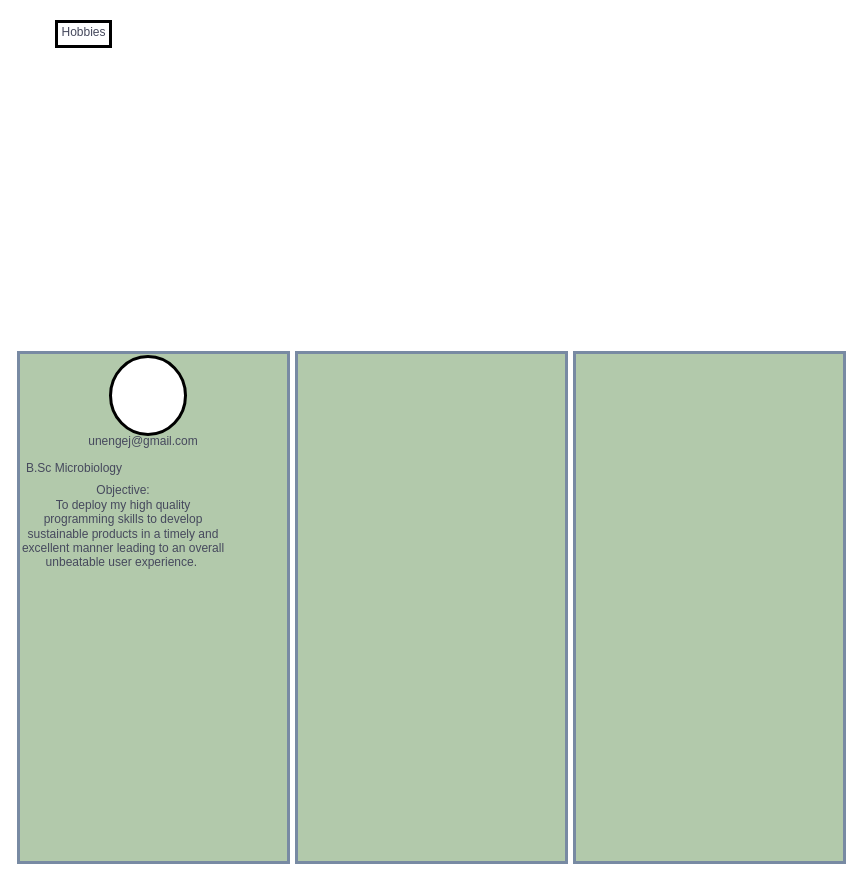
Before: Untitled Diagram.drawio in JudiciousPro/Creative-Active, a draw.io diagram. Source tidied: cells renumbered, new cells numbered last; positions are measured from the earlier drawing's top-left corner, leaving out a move shared by most shapes. Both pictures are drawn from the tidied source at 100%, with x=0, y=0 at pixel (18, 17).
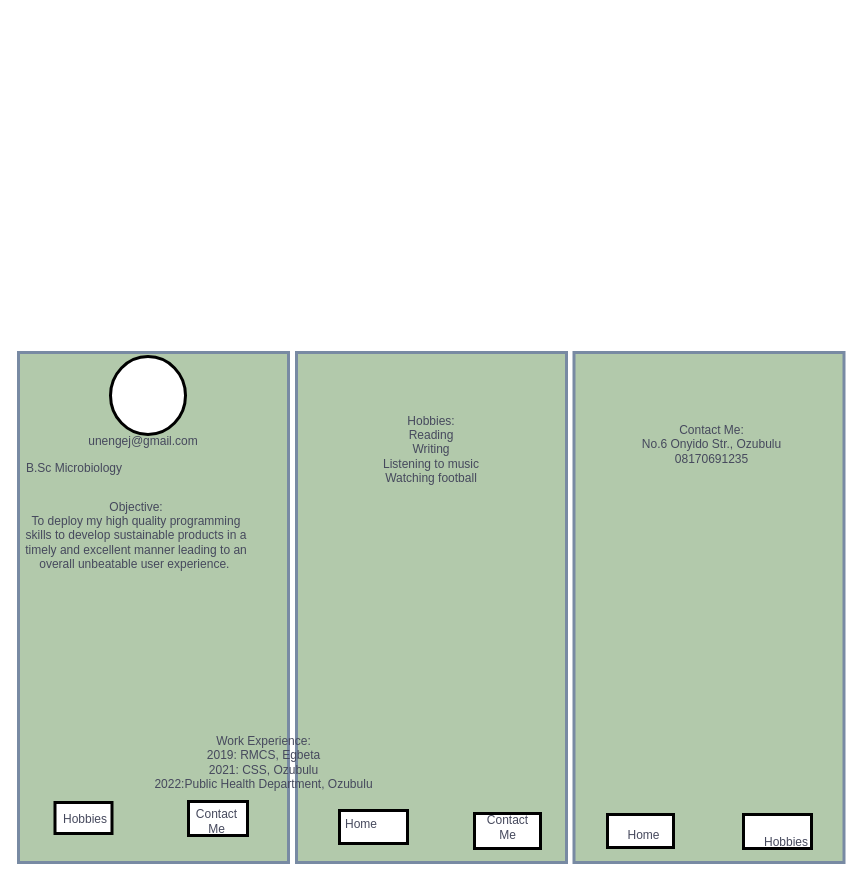
The same diagram, later.

What changed in the source:
```diff
@@
     <mxCell id="6" value="Objective:&lt;br&gt;To deploy my high quality programming skills to develop sustainable products in a timely and excellent manner leading to an overall unbeatable user experience.&amp;nbsp;" style="text;strokeColor=none;fillColor=none;html=1;align=center;verticalAlign=middle;whiteSpace=wrap;rounded=0;sketch=0;hachureGap=4;fontColor=#46495D;" parent="1" vertex="1">
-      <mxGeometry y="485" width="210" height="48" as="geometry" />
+      <mxGeometry x="4.2" y="357" width="227.8" height="321" as="geometry" />
     </mxCell>
@@
-    <mxCell id="8" style="rounded=0;whiteSpace=wrap;html=1;sketch=0;hachureGap=4;fontColor=#46495D;strokeColor=#788AA3;strokeWidth=3;fillColor=#B2C9AB;" parent="1" vertex="1">
-      <mxGeometry x="556" y="335" width="270" height="510" as="geometry" />
-    </mxCell>
     <mxCell id="9" style="rounded=0;whiteSpace=wrap;html=1;sketch=0;hachureGap=4;strokeWidth=3;" parent="1" vertex="1">
-      <mxGeometry x="38" y="4" width="54" height="25" as="geometry" />
+      <mxGeometry x="36.5" y="785" width="57" height="31" as="geometry" />
     </mxCell>
     <mxCell id="10" value="Hobbies" style="text;strokeColor=none;fillColor=none;html=1;align=center;verticalAlign=middle;whiteSpace=wrap;rounded=0;sketch=0;hachureGap=4;fontColor=#46495D;" parent="1" vertex="1">
-      <mxGeometry x="21" width="89" height="29" as="geometry" />
+      <mxGeometry x="28" y="785" width="78" height="34" as="geometry" />
     </mxCell>
+    <mxCell id="11" value="Work Experience:&lt;br&gt;2019: RMCS, Egbeta&lt;br&gt;2021: CSS, Ozubulu&lt;br&gt;2022:Public Health Department, Ozubulu" style="text;strokeColor=none;fillColor=none;html=1;align=center;verticalAlign=middle;whiteSpace=wrap;rounded=0;sketch=0;hachureGap=4;fontColor=#46495D;" parent="1" vertex="1">
+      <mxGeometry x="2" y="678" width="487" height="134" as="geometry" />
+    </mxCell>
+    <mxCell id="12" style="rounded=0;whiteSpace=wrap;html=1;sketch=0;hachureGap=4;strokeWidth=3;" parent="1" vertex="1">
+      <mxGeometry x="170" y="784" width="59" height="34" as="geometry" />
+    </mxCell>
+    <mxCell id="13" value="Hobbies:&lt;br&gt;Reading&lt;br&gt;Writing&lt;br&gt;Listening to music&lt;br&gt;Watching football" style="text;strokeColor=none;fillColor=none;html=1;align=center;verticalAlign=middle;whiteSpace=wrap;rounded=0;sketch=0;hachureGap=4;fontColor=#46495D;" parent="1" vertex="1">
+      <mxGeometry x="243" y="322" width="340" height="220" as="geometry" />
+    </mxCell>
+    <mxCell id="14" value="Contact Me" style="text;strokeColor=none;fillColor=none;html=1;align=center;verticalAlign=middle;whiteSpace=wrap;rounded=0;sketch=0;hachureGap=4;fontColor=#46495D;" parent="1" vertex="1">
+      <mxGeometry x="188" y="785" width="21" height="38" as="geometry" />
+    </mxCell>
+    <mxCell id="15" style="rounded=0;whiteSpace=wrap;html=1;sketch=0;hachureGap=4;strokeWidth=3;" parent="1" vertex="1">
+      <mxGeometry x="321" y="793" width="68" height="33" as="geometry" />
+    </mxCell>
+    <mxCell id="16" style="rounded=0;whiteSpace=wrap;html=1;sketch=0;hachureGap=4;fontColor=#46495D;strokeColor=#788AA3;strokeWidth=3;fillColor=#B2C9AB;" parent="1" vertex="1">
+      <mxGeometry x="555.5" y="335" width="270" height="510" as="geometry" />
+    </mxCell>
+    <mxCell id="17" value="Contact Me:&lt;br&gt;No.6 Onyido Str., Ozubulu&lt;br&gt;08170691235" style="text;strokeColor=none;fillColor=none;html=1;align=center;verticalAlign=middle;whiteSpace=wrap;rounded=0;sketch=0;hachureGap=4;fontColor=#46495D;" parent="1" vertex="1">
+      <mxGeometry x="560.5" y="344" width="265" height="165" as="geometry" />
+    </mxCell>
+    <mxCell id="18" value="Home" style="text;strokeColor=none;fillColor=none;html=1;align=center;verticalAlign=middle;whiteSpace=wrap;rounded=0;sketch=0;hachureGap=4;fontColor=#46495D;" parent="1" vertex="1">
+      <mxGeometry x="313" y="788" width="60" height="38" as="geometry" />
+    </mxCell>
+    <mxCell id="19" style="rounded=0;whiteSpace=wrap;html=1;sketch=0;hachureGap=4;strokeWidth=3;" parent="1" vertex="1">
+      <mxGeometry x="456" y="796" width="66" height="35" as="geometry" />
+    </mxCell>
+    <mxCell id="20" value="Contact Me" style="text;strokeColor=none;fillColor=none;html=1;align=center;verticalAlign=middle;whiteSpace=wrap;rounded=0;sketch=0;hachureGap=4;fontColor=#46495D;" parent="1" vertex="1">
+      <mxGeometry x="464.5" y="758.5" width="49" height="102" as="geometry" />
+    </mxCell>
+    <mxCell id="21" style="rounded=0;whiteSpace=wrap;html=1;sketch=0;hachureGap=4;strokeWidth=3;" parent="1" vertex="1">
+      <mxGeometry x="589" y="797" width="66" height="33" as="geometry" />
+    </mxCell>
+    <mxCell id="22" value="Home" style="text;strokeColor=none;fillColor=none;html=1;align=center;verticalAlign=middle;whiteSpace=wrap;rounded=0;sketch=0;hachureGap=4;fontColor=#46495D;" parent="1" vertex="1">
+      <mxGeometry x="593" y="797" width="65" height="41" as="geometry" />
+    </mxCell>
+    <mxCell id="23" style="rounded=0;whiteSpace=wrap;html=1;sketch=0;hachureGap=4;strokeWidth=3;" parent="1" vertex="1">
+      <mxGeometry x="725" y="797" width="68" height="34" as="geometry" />
+    </mxCell>
+    <mxCell id="24" value="Hobbies" style="text;strokeColor=none;fillColor=none;html=1;align=center;verticalAlign=middle;whiteSpace=wrap;rounded=0;sketch=0;hachureGap=4;fontColor=#46495D;" parent="1" vertex="1">
+      <mxGeometry x="738" y="807" width="60" height="35" as="geometry" />
+    </mxCell>
```
